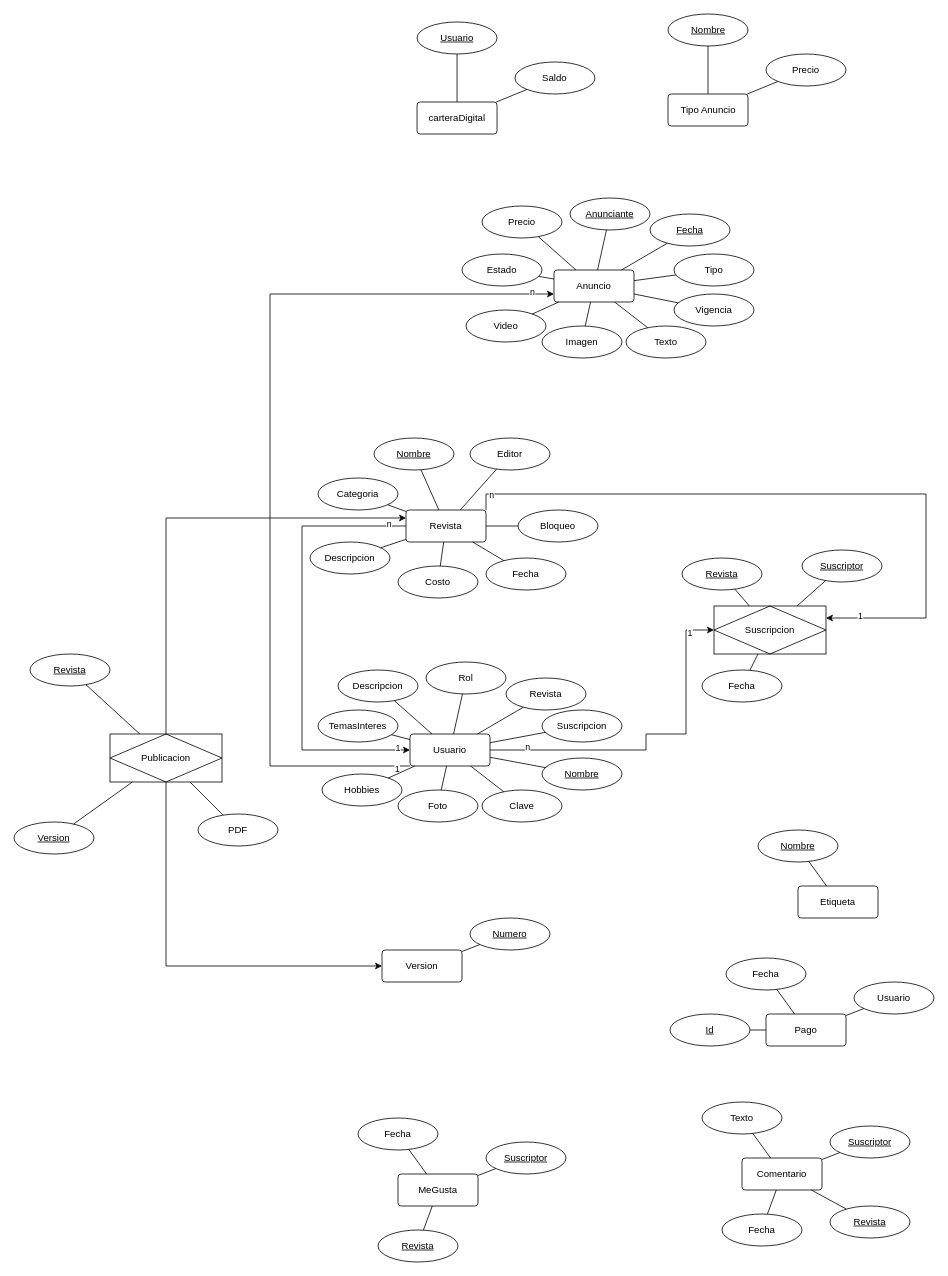
MynorDaniel/revistas-digitales keeps this draw.io diagram as Diagrama Entidad Relacion.drawio. Above is the earlier version. Source tidied: cells renumbered, new cells numbered last; positions are measured from the earlier drawing's top-left corner, leaving out a move shared by most shapes. Both pictures are drawn from the tidied source at 80%, with x=0, y=0 at pixel (14, 14).
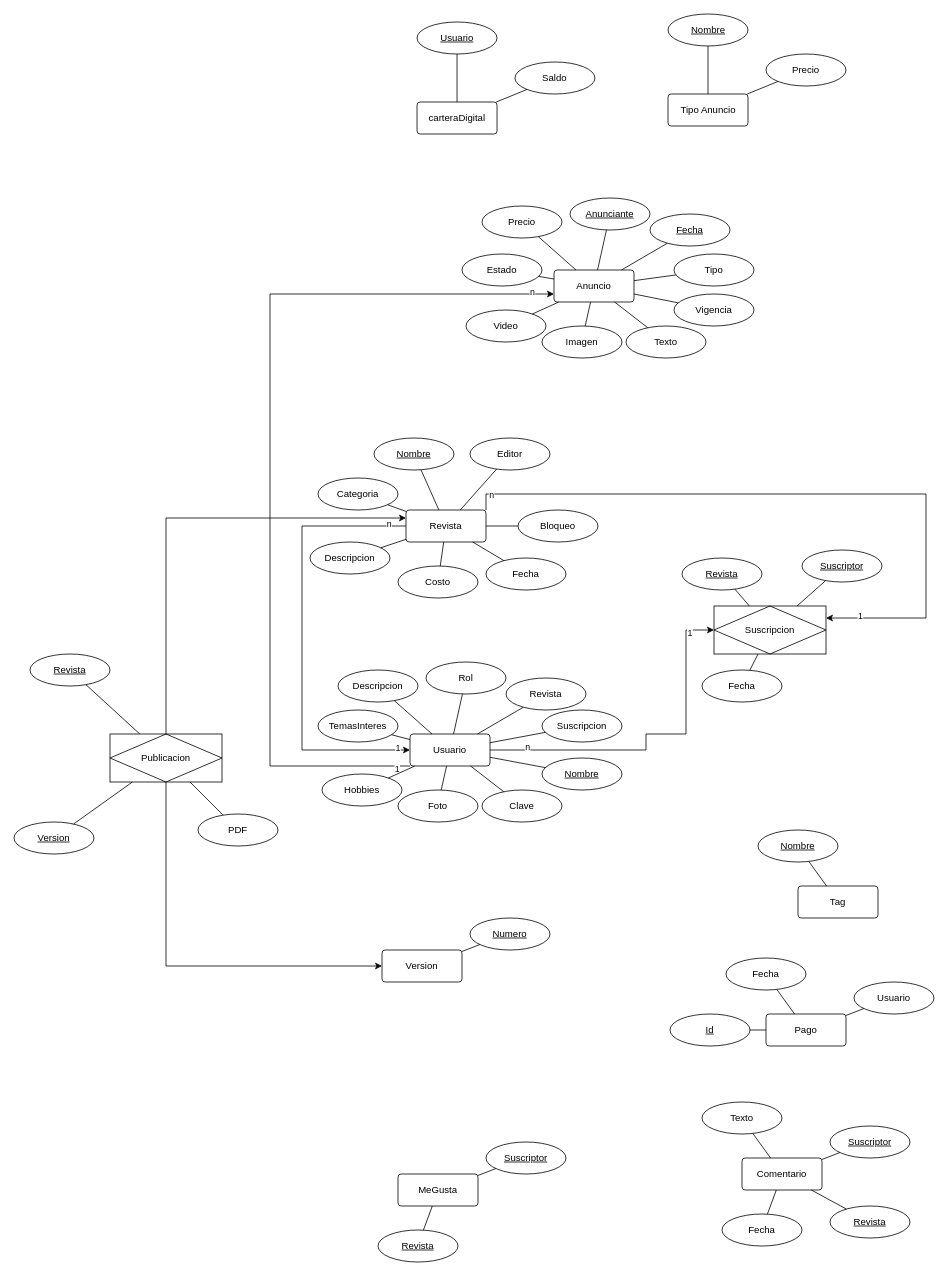
After the change.

The change refers to these unchanged cells:
```xml
<mxCell id="83" value="MeGusta" style="rounded=1;arcSize=10;whiteSpace=wrap;html=1;align=center;" parent="1" vertex="1">
  <mxGeometry x="480" y="1450" width="100" height="40" as="geometry" />
</mxCell>
```

Diff of the diagram source:
```diff
@@
-    <mxCell id="80" value="Etiqueta" style="rounded=1;arcSize=10;whiteSpace=wrap;html=1;align=center;" parent="1" vertex="1">
+    <mxCell id="80" value="Tag" style="rounded=1;arcSize=10;whiteSpace=wrap;html=1;align=center;" parent="1" vertex="1">
       <mxGeometry x="980" y="1090" width="100" height="40" as="geometry" />
     </mxCell>
@@
-    <mxCell id="86" value="Fecha" style="ellipse;whiteSpace=wrap;html=1;align=center;" parent="1" vertex="1">
-      <mxGeometry x="430" y="1380" width="100" height="40" as="geometry" />
-    </mxCell>
@@
-    <mxCell id="89" style="endArrow=none;html=1;rounded=0;" parent="1" edge="1" source="86" target="83">
-      <mxGeometry relative="1" as="geometry" />
-    </mxCell>
```
